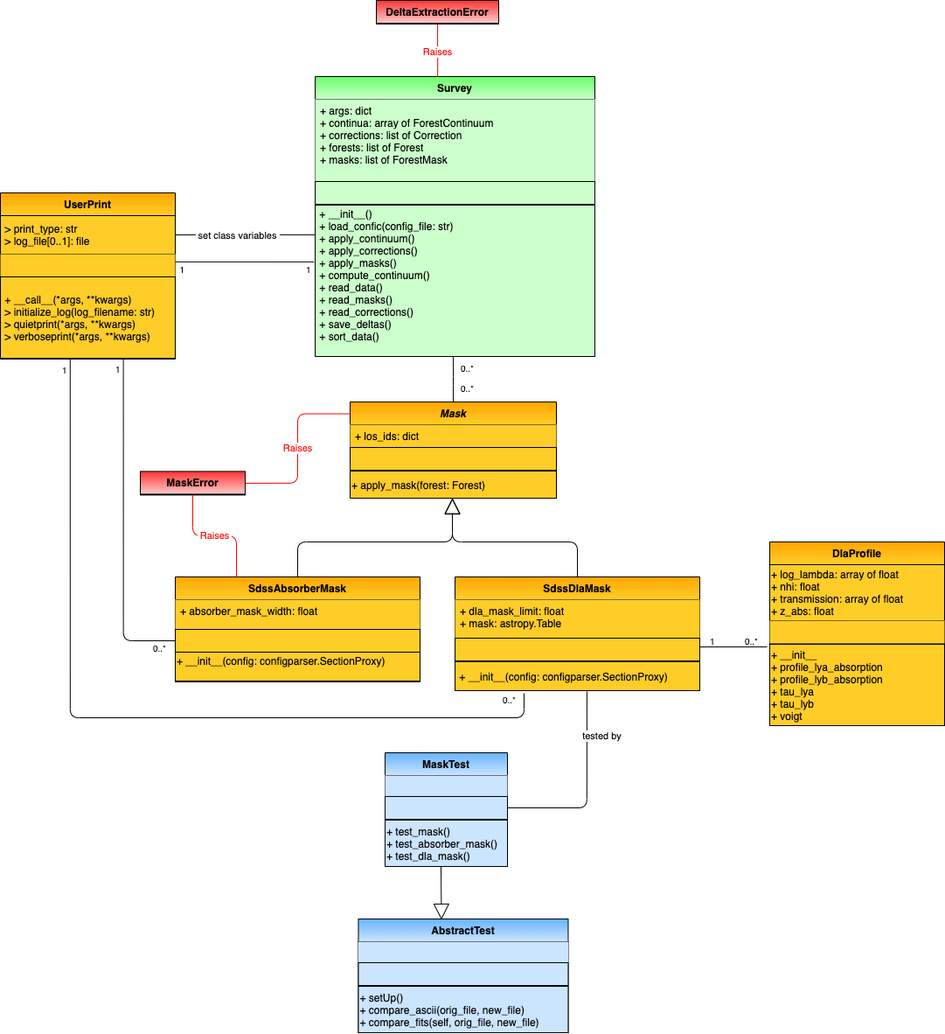
Before: py/picca/delta_extraction/docs/data_model/data_model-Mask.png, a diagram exported from draw.io (igmhub/picca). Source tidied: cells renumbered, new cells last; positions are measured from the earlier drawing's top-left corner, leaving out a move shared by most shapes.
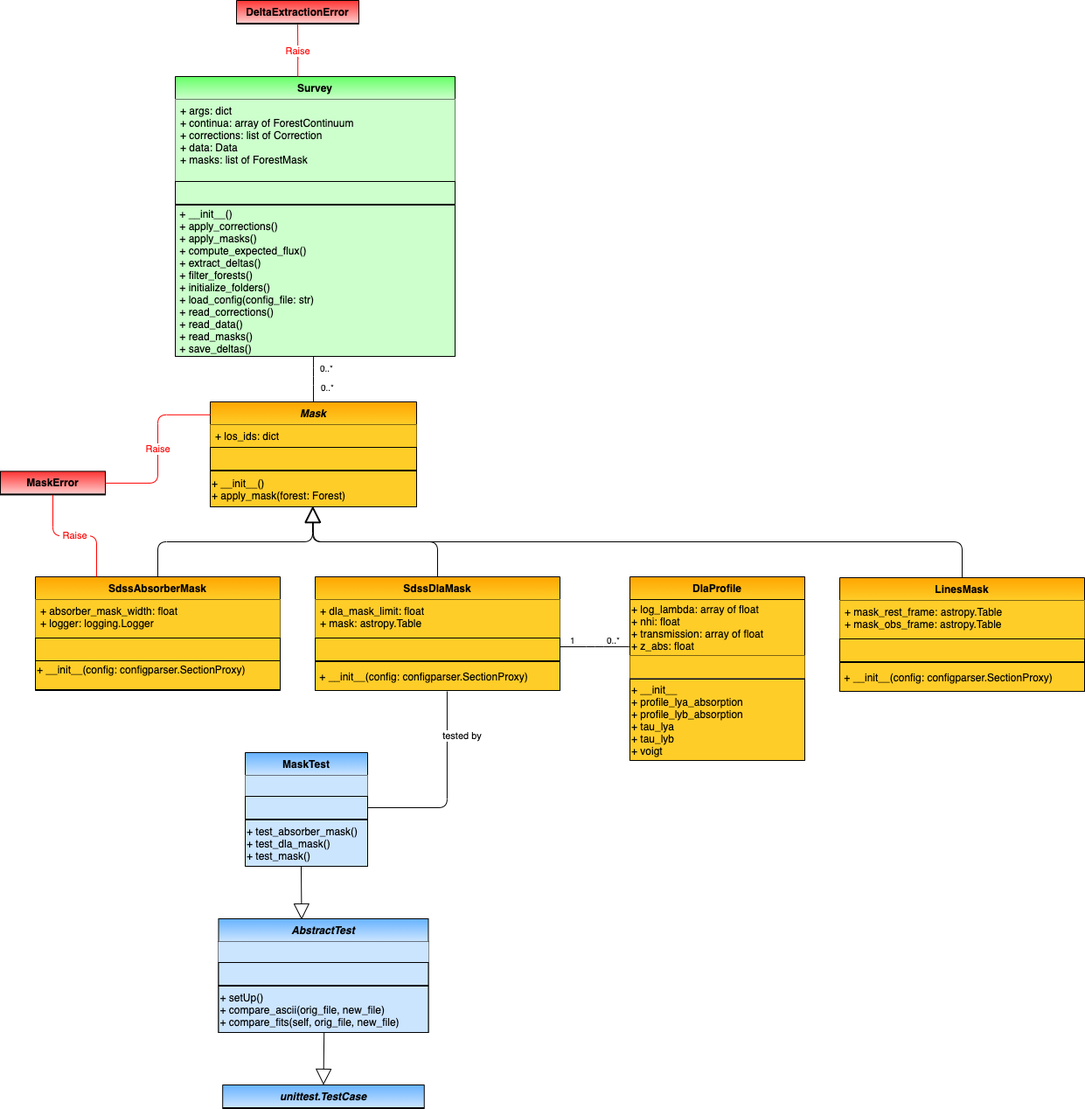
The same file after the commit.

Change to the diagram source:
```diff
@@ -41,3 +41,3 @@
     </mxCell>
-    <mxCell id="8" value="+ args: dict&#10;+ continua: array of ForestContinuum&#10;+ corrections: list of Correction&#10;+ forests: list of Forest&#10;+ masks: list of ForestMask&#10;" style="text;strokeColor=none;align=left;verticalAlign=top;spacingLeft=4;spacingRight=4;overflow=hidden;gradientColor=none;fillColor=#CCFFCC;" parent="7" vertex="1">
+    <mxCell id="8" value="+ args: dict&#10;+ continua: array of ForestContinuum&#10;+ corrections: list of Correction&#10;+ data: Data&#10;+ masks: list of ForestMask&#10;" style="text;strokeColor=none;align=left;verticalAlign=top;spacingLeft=4;spacingRight=4;overflow=hidden;gradientColor=none;fillColor=#CCFFCC;" parent="7" vertex="1">
       <mxGeometry y="26" width="320" height="94" as="geometry" />
@@ -50,3 +50,3 @@
     </mxCell>
-    <mxCell id="11" value=" + __init__()&#10; + load_confic(config_file: str)&#10; + apply_continuum()&#10; + apply_corrections()&#10; + apply_masks()&#10; + compute_continuum()&#10; + read_data()&#10; + read_masks()&#10; + read_corrections() &#10; + save_deltas()&#10; + sort_data()&#10;" style="text;strokeColor=#000000;align=left;verticalAlign=middle;overflow=hidden;points=[[0,0.5],[1,0.5]];portConstraint=eastwest;rounded=0;shadow=0;glass=0;comic=0;fontStyle=0;gradientColor=none;swimlaneFillColor=#ffffff;gradientDirection=north;startSize=26;fillColor=#CCFFCC;" parent="7" vertex="1">
+    <mxCell id="11" value=" + __init__()&#10; + apply_corrections()&#10; + apply_masks()&#10; + compute_expected_flux()&#10; + extract_deltas()&#10; + filter_forests()&#10; + initialize_folders() &#10; + load_config(config_file: str)&#10; + read_corrections() &#10; + read_data()&#10; + read_masks()&#10; + save_deltas()" style="text;strokeColor=#000000;align=left;verticalAlign=middle;overflow=hidden;points=[[0,0.5],[1,0.5]];portConstraint=eastwest;rounded=0;shadow=0;glass=0;comic=0;fontStyle=0;gradientColor=none;swimlaneFillColor=#ffffff;gradientDirection=north;startSize=26;fillColor=#CCFFCC;" parent="7" vertex="1">
       <mxGeometry y="147" width="320" height="173" as="geometry" />
@@ -69,3 +69,3 @@
     <mxCell id="17" value="Mask" style="swimlane;fontStyle=3;horizontal=1;startSize=26;fillColor=#ffcd28;swimlaneFillColor=#ffffff;rounded=0;shadow=0;glass=0;comic=0;strokeColor=#000000;gradientColor=#ffa500;swimlaneLine=1;gradientDirection=north;" parent="1" vertex="1">
-      <mxGeometry x="400" y="459" width="236" height="110" as="geometry" />
+      <mxGeometry x="400" y="459" width="236" height="120" as="geometry" />
     </mxCell>
@@ -80,19 +80,19 @@
     </mxCell>
-    <mxCell id="21" value="+ apply_mask(forest: Forest)" style="text;strokeColor=#000000;fillColor=#ffcd28;align=left;verticalAlign=middle;overflow=hidden;points=[[0,0.5],[1,0.5]];portConstraint=eastwest;rounded=0;shadow=0;glass=0;comic=0;fontStyle=0;gradientColor=none;swimlaneFillColor=#ffffff;gradientDirection=north;startSize=26;" parent="17" vertex="1">
-      <mxGeometry y="79" width="236" height="31" as="geometry" />
+    <mxCell id="21" value="+ __init__()&#10;+ apply_mask(forest: Forest)" style="text;strokeColor=#000000;fillColor=#ffcd28;align=left;verticalAlign=middle;overflow=hidden;points=[[0,0.5],[1,0.5]];portConstraint=eastwest;rounded=0;shadow=0;glass=0;comic=0;fontStyle=0;gradientColor=none;swimlaneFillColor=#ffffff;gradientDirection=north;startSize=26;" parent="17" vertex="1">
+      <mxGeometry y="79" width="236" height="41" as="geometry" />
     </mxCell>
     <mxCell id="22" value="SdssAbsorberMask" style="swimlane;fontStyle=1;horizontal=1;startSize=26;fillColor=#ffcd28;swimlaneFillColor=#ffffff;rounded=0;shadow=0;glass=0;comic=0;strokeColor=#000000;gradientColor=#ffa500;swimlaneLine=1;gradientDirection=north;" parent="1" vertex="1">
-      <mxGeometry x="200" y="659" width="280" height="120" as="geometry" />
+      <mxGeometry x="200" y="659" width="280" height="130" as="geometry" />
     </mxCell>
-    <mxCell id="23" value="+ absorber_mask_width: float" style="text;strokeColor=none;fillColor=#ffcd28;align=left;verticalAlign=top;spacingLeft=4;spacingRight=4;overflow=hidden;gradientColor=none;" parent="22" vertex="1">
-      <mxGeometry y="26" width="280" height="34" as="geometry" />
+    <mxCell id="23" value="+ absorber_mask_width: float&#10;+ logger: logging.Logger&#10;" style="text;strokeColor=none;fillColor=#ffcd28;align=left;verticalAlign=top;spacingLeft=4;spacingRight=4;overflow=hidden;gradientColor=none;" parent="22" vertex="1">
+      <mxGeometry y="26" width="280" height="44" as="geometry" />
     </mxCell>
     <mxCell id="24" style="text;strokeColor=#000000;fillColor=#ffcd28;align=left;verticalAlign=middle;overflow=hidden;points=[[0,0.5],[1,0.5]];portConstraint=eastwest;rounded=0;shadow=0;glass=0;comic=0;fontStyle=0;gradientColor=none;swimlaneFillColor=#ffffff;gradientDirection=north;startSize=26;" parent="22" vertex="1">
-      <mxGeometry y="60" width="280" height="26" as="geometry" />
+      <mxGeometry y="70" width="280" height="26" as="geometry" />
     </mxCell>
     <mxCell id="25" value="+ __init__(config: configparser.SectionProxy)&#10;" style="text;strokeColor=#000000;fillColor=#ffcd28;align=left;verticalAlign=middle;overflow=hidden;rounded=0;shadow=0;glass=0;comic=0;fontStyle=0;gradientColor=none;swimlaneFillColor=#ffffff;gradientDirection=north;startSize=26;" parent="22" vertex="1">
-      <mxGeometry y="86" width="280" height="33" as="geometry" />
+      <mxGeometry y="96" width="280" height="33" as="geometry" />
     </mxCell>
     <mxCell id="26" style="line;strokeWidth=1;fillColor=none;align=left;verticalAlign=middle;spacingTop=-1;spacingLeft=3;spacingRight=3;labelPosition=right;rounded=0;shadow=0;glass=0;comic=0;" parent="22" vertex="1">
-      <mxGeometry y="119" width="280" height="1" as="geometry" />
+      <mxGeometry y="129" width="280" height="1" as="geometry" />
     </mxCell>
@@ -104,3 +104,3 @@
     </mxCell>
-    <mxCell id="29" value="&amp;nbsp;Raises&amp;nbsp;" style="endArrow=none;html=1;edgeStyle=orthogonalEdgeStyle;entryX=0.5;entryY=1;entryDx=0;entryDy=0;exitX=0.438;exitY=0;exitDx=0;exitDy=0;exitPerimeter=0;strokeColor=#FF0000;fontColor=#FF0000;" parent="1" edge="1" source="7" target="27">
+    <mxCell id="29" value="&amp;nbsp;Raise&amp;nbsp;" style="endArrow=none;html=1;edgeStyle=orthogonalEdgeStyle;entryX=0.5;entryY=1;entryDx=0;entryDy=0;exitX=0.438;exitY=0;exitDx=0;exitDy=0;exitPerimeter=0;strokeColor=#FF0000;fontColor=#FF0000;" parent="1" edge="1" source="7" target="27">
       <mxGeometry x="-0.05" relative="1" as="geometry" />
@@ -118,3 +118,3 @@
     </mxCell>
-    <mxCell id="33" value="&amp;nbsp;Raises&amp;nbsp;" style="endArrow=none;html=1;edgeStyle=orthogonalEdgeStyle;entryX=1;entryY=0.5;entryDx=0;entryDy=0;exitX=0;exitY=0.123;exitDx=0;exitDy=0;exitPerimeter=0;fontColor=#FF0000;strokeColor=#FF0000;" parent="1" edge="1" source="17" target="31">
+    <mxCell id="33" value="&amp;nbsp;Raise&amp;nbsp;" style="endArrow=none;html=1;edgeStyle=orthogonalEdgeStyle;entryX=1;entryY=0.5;entryDx=0;entryDy=0;exitX=0;exitY=0.123;exitDx=0;exitDy=0;exitPerimeter=0;fontColor=#FF0000;strokeColor=#FF0000;" parent="1" edge="1" source="17" target="31">
       <mxGeometry relative="1" as="geometry" />
@@ -133,3 +133,3 @@
     <mxCell id="37" value="DlaProfile" style="swimlane;fontStyle=1;horizontal=1;startSize=26;fillColor=#ffcd28;swimlaneFillColor=#ffffff;rounded=0;shadow=0;glass=0;comic=0;strokeColor=#000000;gradientColor=#ffa500;swimlaneLine=1;gradientDirection=north;" parent="1" vertex="1">
-      <mxGeometry x="880" y="619" width="200" height="210" as="geometry" />
+      <mxGeometry x="880" y="659" width="200" height="210" as="geometry" />
     </mxCell>
@@ -147,3 +147,3 @@
     </mxCell>
-    <mxCell id="42" style="endArrow=none;html=1;edgeStyle=orthogonalEdgeStyle;entryX=-0.015;entryY=0.032;entryDx=0;entryDy=0;entryPerimeter=0;exitX=1;exitY=0.385;exitDx=0;exitDy=0;exitPerimeter=0;" parent="1" edge="1" source="14" target="41">
+    <mxCell id="42" style="endArrow=none;html=1;edgeStyle=orthogonalEdgeStyle;entryX=-0.004;entryY=0.842;entryDx=0;entryDy=0;entryPerimeter=0;exitX=1;exitY=0.385;exitDx=0;exitDy=0;exitPerimeter=0;" parent="1" edge="1" source="14" target="38">
       <mxGeometry relative="1" as="geometry" />
@@ -160,37 +160,3 @@
     </mxCell>
-    <mxCell id="45" value="UserPrint" style="swimlane;fontStyle=1;horizontal=1;startSize=26;fillColor=#ffcd28;swimlaneFillColor=#ffffff;rounded=0;shadow=0;glass=0;comic=0;strokeColor=#000000;gradientColor=#ffa500;swimlaneLine=1;gradientDirection=north;" parent="1" vertex="1">
-      <mxGeometry y="220" width="200" height="190" as="geometry" />
-    </mxCell>
-    <mxCell id="46" value=" &gt; print_type: str&#10; &gt; log_file[0..1]: file" style="text;strokeColor=#000000;fillColor=#ffcd28;align=left;verticalAlign=middle;overflow=hidden;points=[[0,0.5],[1,0.5]];portConstraint=eastwest;rounded=0;shadow=0;glass=0;comic=0;fontStyle=0;gradientColor=none;swimlaneFillColor=#ffffff;gradientDirection=north;startSize=26;" parent="45" vertex="1">
-      <mxGeometry y="26" width="200" height="44" as="geometry" />
-    </mxCell>
-    <mxCell id="47" style="text;strokeColor=none;fillColor=#ffcd28;align=left;verticalAlign=top;spacingLeft=4;spacingRight=4;overflow=hidden;points=[[0,0.5],[1,0.5]];portConstraint=eastwest;gradientColor=none;" parent="45" vertex="1">
-      <mxGeometry y="70" width="200" height="26" as="geometry" />
-    </mxCell>
-    <mxCell id="48" value=" + __call__(*args, **kwargs)&#10; &gt; initialize_log(log_filename: str)&#10; &gt; quietprint(*args, **kwargs)&#10; &gt; verboseprint(*args, **kwargs)" style="text;strokeColor=#000000;fillColor=#ffcd28;align=left;verticalAlign=middle;overflow=hidden;rounded=0;shadow=0;glass=0;comic=0;fontStyle=0;gradientColor=none;swimlaneFillColor=#ffffff;gradientDirection=north;startSize=26;" parent="45" vertex="1">
-      <mxGeometry y="96" width="200" height="93" as="geometry" />
-    </mxCell>
-    <mxCell id="49" style="line;strokeWidth=1;fillColor=none;align=left;verticalAlign=middle;spacingTop=-1;spacingLeft=3;spacingRight=3;labelPosition=right;points=[];portConstraint=eastwest;rounded=0;shadow=0;glass=0;comic=0;" parent="45" vertex="1">
-      <mxGeometry y="189" width="200" height="1" as="geometry" />
-    </mxCell>
-    <mxCell id="50" style="endArrow=none;html=1;edgeStyle=orthogonalEdgeStyle;entryX=1.001;entryY=0.341;entryDx=0;entryDy=0;entryPerimeter=0;exitX=-0.004;exitY=0.375;exitDx=0;exitDy=0;exitPerimeter=0;" parent="1" edge="1" source="11" target="47">
-      <mxGeometry relative="1" as="geometry" />
-    </mxCell>
-    <mxCell id="51" value="1" style="html=1;align=left;verticalAlign=bottom;labelBackgroundColor=#ffffff;fontSize=10;" parent="50" vertex="1">
-      <mxGeometry x="-1" relative="1" as="geometry">
-        <mxPoint x="-11.1" y="15" as="offset" />
-      </mxGeometry>
-    </mxCell>
-    <mxCell id="52" value="1" style="html=1;align=right;verticalAlign=bottom;labelBackgroundColor=#ffffff;fontSize=10;" parent="50" vertex="1">
-      <mxGeometry x="1" relative="1" as="geometry">
-        <mxPoint x="10.1" y="15" as="offset" />
-      </mxGeometry>
-    </mxCell>
-    <mxCell id="53" style="edgeStyle=orthogonalEdgeStyle;rounded=0;jettySize=auto;html=1;endArrow=none;endFill=0;exitX=0.001;exitY=0.196;exitDx=0;exitDy=0;exitPerimeter=0;" parent="1" edge="1" source="11" target="46">
-      <mxGeometry relative="1" as="geometry" />
-    </mxCell>
-    <mxCell id="54" value="&amp;nbsp;set class variables&amp;nbsp;" style="edgeLabel;html=1;align=center;verticalAlign=middle;" parent="53" vertex="1">
-      <mxGeometry x="0.12" relative="1" as="geometry" />
-    </mxCell>
-    <mxCell id="55" value="AbstractTest" style="swimlane;fontStyle=1;horizontal=1;startSize=26;swimlaneFillColor=#ffffff;rounded=0;shadow=0;glass=0;comic=0;strokeColor=#000000;swimlaneLine=1;gradientDirection=north;gradientColor=#66B2FF;fillColor=#CCE5FF;" parent="1" vertex="1">
+    <mxCell id="55" value="AbstractTest" style="swimlane;fontStyle=3;horizontal=1;startSize=26;swimlaneFillColor=#ffffff;rounded=0;shadow=0;glass=0;comic=0;strokeColor=#000000;swimlaneLine=1;gradientDirection=north;gradientColor=#66B2FF;fillColor=#CCE5FF;" parent="1" vertex="1">
       <mxGeometry x="409.5" y="1050" width="240" height="130" as="geometry" />
@@ -221,40 +187,5 @@
     </mxCell>
-    <mxCell id="64" value="+ test_mask()&#10;+ test_absorber_mask()&#10;+ test_dla_mask()" style="text;strokeColor=#000000;align=left;verticalAlign=middle;overflow=hidden;points=[[0,0.5],[1,0.5]];portConstraint=eastwest;rounded=0;shadow=0;glass=0;comic=0;fontStyle=0;gradientColor=none;swimlaneFillColor=#ffffff;gradientDirection=north;startSize=26;fillColor=#CCE5FF;" parent="60" vertex="1">
+    <mxCell id="64" value="+ test_absorber_mask()&#10;+ test_dla_mask()&#10;+ test_mask()" style="text;strokeColor=#000000;align=left;verticalAlign=middle;overflow=hidden;points=[[0,0.5],[1,0.5]];portConstraint=eastwest;rounded=0;shadow=0;glass=0;comic=0;fontStyle=0;gradientColor=none;swimlaneFillColor=#ffffff;gradientDirection=north;startSize=26;fillColor=#CCE5FF;" parent="60" vertex="1">
       <mxGeometry y="77" width="140" height="53" as="geometry" />
     </mxCell>
-    <mxCell id="65" style="endArrow=none;html=1;edgeStyle=orthogonalEdgeStyle;entryX=0;entryY=0.5;entryDx=0;entryDy=0;exitX=0.703;exitY=-0.143;exitDx=0;exitDy=0;exitPerimeter=0;" parent="1" edge="1" source="49" target="24">
-      <mxGeometry relative="1" as="geometry">
-        <Array as="points">
-          <mxPoint x="141" y="732" />
-        </Array>
-      </mxGeometry>
-    </mxCell>
-    <mxCell id="66" value="1" style="html=1;align=left;verticalAlign=bottom;labelBackgroundColor=#ffffff;fontSize=10;" parent="65" vertex="1">
-      <mxGeometry x="-1" relative="1" as="geometry">
-        <mxPoint x="-11.1" y="19" as="offset" />
-      </mxGeometry>
-    </mxCell>
-    <mxCell id="67" value="0..*" style="html=1;align=right;verticalAlign=bottom;labelBackgroundColor=#ffffff;fontSize=10;" parent="65" vertex="1">
-      <mxGeometry x="1" relative="1" as="geometry">
-        <mxPoint x="-9.9" y="15" as="offset" />
-      </mxGeometry>
-    </mxCell>
-    <mxCell id="68" style="endArrow=none;html=1;edgeStyle=orthogonalEdgeStyle;entryX=0.282;entryY=1.091;entryDx=0;entryDy=0;exitX=0.399;exitY=1.722;exitDx=0;exitDy=0;exitPerimeter=0;entryPerimeter=0;" parent="1" edge="1" source="49" target="16">
-      <mxGeometry relative="1" as="geometry">
-        <Array as="points">
-          <mxPoint x="80" y="820" />
-          <mxPoint x="599" y="820" />
-        </Array>
-      </mxGeometry>
-    </mxCell>
-    <mxCell id="69" value="1" style="html=1;align=left;verticalAlign=bottom;labelBackgroundColor=#ffffff;fontSize=10;" parent="68" vertex="1">
-      <mxGeometry x="-1" relative="1" as="geometry">
-        <mxPoint x="-11.1" y="19" as="offset" />
-      </mxGeometry>
-    </mxCell>
-    <mxCell id="70" value="0..*" style="html=1;align=right;verticalAlign=bottom;labelBackgroundColor=#ffffff;fontSize=10;" parent="68" vertex="1">
-      <mxGeometry x="1" relative="1" as="geometry">
-        <mxPoint x="-9.9" y="15" as="offset" />
-      </mxGeometry>
-    </mxCell>
     <mxCell id="71" style="endArrow=none;html=1;edgeStyle=orthogonalEdgeStyle;entryX=0.539;entryY=1.03;entryDx=0;entryDy=0;entryPerimeter=0;exitX=1;exitY=0.5;exitDx=0;exitDy=0;" parent="1" edge="1" source="62" target="16">
@@ -270,3 +201,3 @@
     </mxCell>
-    <mxCell id="74" value="&amp;nbsp;Raises&amp;nbsp;" style="endArrow=none;html=1;edgeStyle=orthogonalEdgeStyle;entryX=0.5;entryY=1;entryDx=0;entryDy=0;exitX=0.25;exitY=0;exitDx=0;exitDy=0;fontColor=#FF0000;strokeColor=#FF0000;" parent="1" edge="1" source="22" target="31">
+    <mxCell id="74" value="&amp;nbsp;Raise&amp;nbsp;" style="endArrow=none;html=1;edgeStyle=orthogonalEdgeStyle;entryX=0.5;entryY=1;entryDx=0;entryDy=0;exitX=0.25;exitY=0;exitDx=0;exitDy=0;fontColor=#FF0000;strokeColor=#FF0000;" parent="1" edge="1" source="22" target="31">
       <mxGeometry relative="1" as="geometry" />
@@ -278,2 +209,34 @@
     </mxCell>
+    <mxCell id="76" value="LinesMask" style="swimlane;fontStyle=1;horizontal=1;startSize=26;fillColor=#ffcd28;swimlaneFillColor=#ffffff;rounded=0;shadow=0;glass=0;comic=0;strokeColor=#000000;gradientColor=#ffa500;swimlaneLine=1;gradientDirection=north;" parent="1" vertex="1">
+      <mxGeometry x="1120" y="660" width="280" height="130" as="geometry" />
+    </mxCell>
+    <mxCell id="77" value="+ mask_rest_frame: astropy.Table&#10;+ mask_obs_frame: astropy.Table" style="text;strokeColor=none;fillColor=#ffcd28;align=left;verticalAlign=top;spacingLeft=4;spacingRight=4;overflow=hidden;gradientColor=none;" parent="76" vertex="1">
+      <mxGeometry y="26" width="280" height="44" as="geometry" />
+    </mxCell>
+    <mxCell id="78" style="text;strokeColor=#000000;fillColor=#ffcd28;align=left;verticalAlign=middle;overflow=hidden;rounded=0;shadow=0;glass=0;comic=0;fontStyle=0;gradientColor=none;swimlaneFillColor=#ffffff;gradientDirection=north;startSize=26;" parent="76" vertex="1">
+      <mxGeometry y="70" width="280" height="26" as="geometry" />
+    </mxCell>
+    <mxCell id="79" style="line;strokeWidth=1;fillColor=none;align=left;verticalAlign=middle;spacingTop=-1;spacingLeft=3;spacingRight=3;labelPosition=right;rounded=0;shadow=0;glass=0;comic=0;" parent="76" vertex="1">
+      <mxGeometry y="96" width="280" height="1" as="geometry" />
+    </mxCell>
+    <mxCell id="80" value=" + __init__(config: configparser.SectionProxy)" style="text;strokeColor=#000000;fillColor=#ffcd28;align=left;verticalAlign=middle;overflow=hidden;rounded=0;shadow=0;glass=0;comic=0;fontStyle=0;gradientColor=none;swimlaneFillColor=#ffffff;gradientDirection=north;startSize=26;" parent="76" vertex="1">
+      <mxGeometry y="97" width="280" height="33" as="geometry" />
+    </mxCell>
+    <mxCell id="81" style="endArrow=block;endSize=16;endFill=0;html=1;exitX=0.5;exitY=0;exitDx=0;exitDy=0;entryX=0.499;entryY=0.995;entryDx=0;entryDy=0;entryPerimeter=0;" parent="1" edge="1" source="76" target="21">
+      <mxGeometry relative="1" as="geometry">
+        <Array as="points">
+          <mxPoint x="1260" y="619" />
+          <mxPoint x="518" y="619" />
+        </Array>
+      </mxGeometry>
+    </mxCell>
+    <mxCell id="82" value="unittest.TestCase" style="swimlane;fontStyle=3;horizontal=1;startSize=26;swimlaneFillColor=#ffffff;rounded=0;shadow=0;glass=0;comic=0;strokeColor=#000000;swimlaneLine=1;gradientDirection=north;gradientColor=#66B2FF;fillColor=#CCE5FF;" parent="1" vertex="1">
+      <mxGeometry x="414.2" y="1240" width="230.5" height="27" as="geometry" />
+    </mxCell>
+    <mxCell id="83" style="line;strokeWidth=1;fillColor=none;align=left;verticalAlign=middle;spacingTop=-1;spacingLeft=3;spacingRight=3;labelPosition=right;rounded=0;shadow=0;glass=0;comic=0;" parent="82" vertex="1">
+      <mxGeometry y="26" width="230.5" height="1" as="geometry" />
+    </mxCell>
+    <mxCell id="84" style="endArrow=block;endSize=16;endFill=0;html=1;exitX=0.503;exitY=1;exitDx=0;exitDy=0;exitPerimeter=0;entryX=0.5;entryY=0;entryDx=0;entryDy=0;" parent="1" edge="1" source="59" target="82">
+      <mxGeometry relative="1" as="geometry" />
+    </mxCell>
   </root>
```
